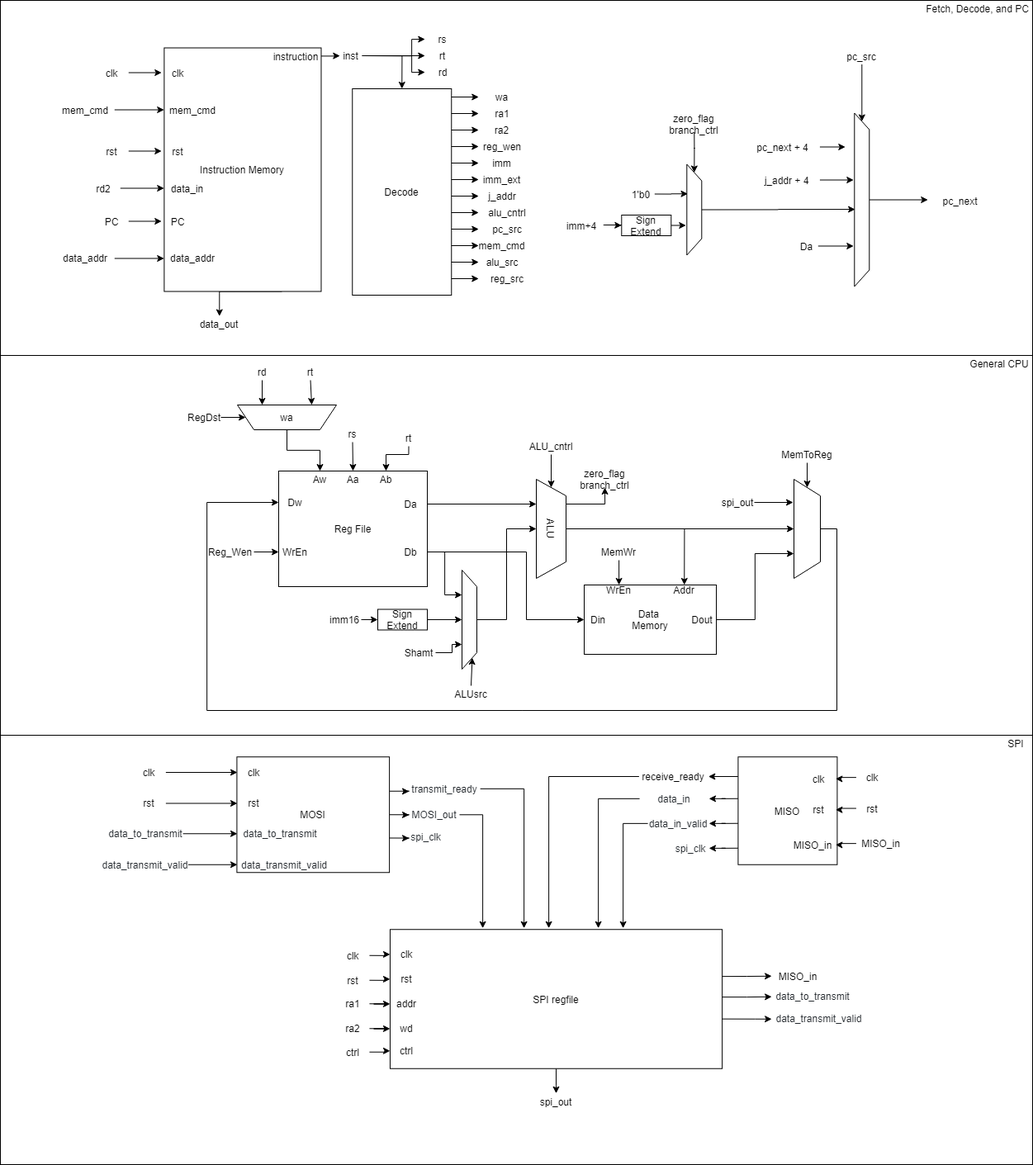
The draw.io diagram cpublock.png in JackMao981/CPU_with_SPI, before a commit. Source tidied: cells renumbered, new cells last; positions are measured from the earlier drawing's top-left corner, leaving out a move shared by most shapes.
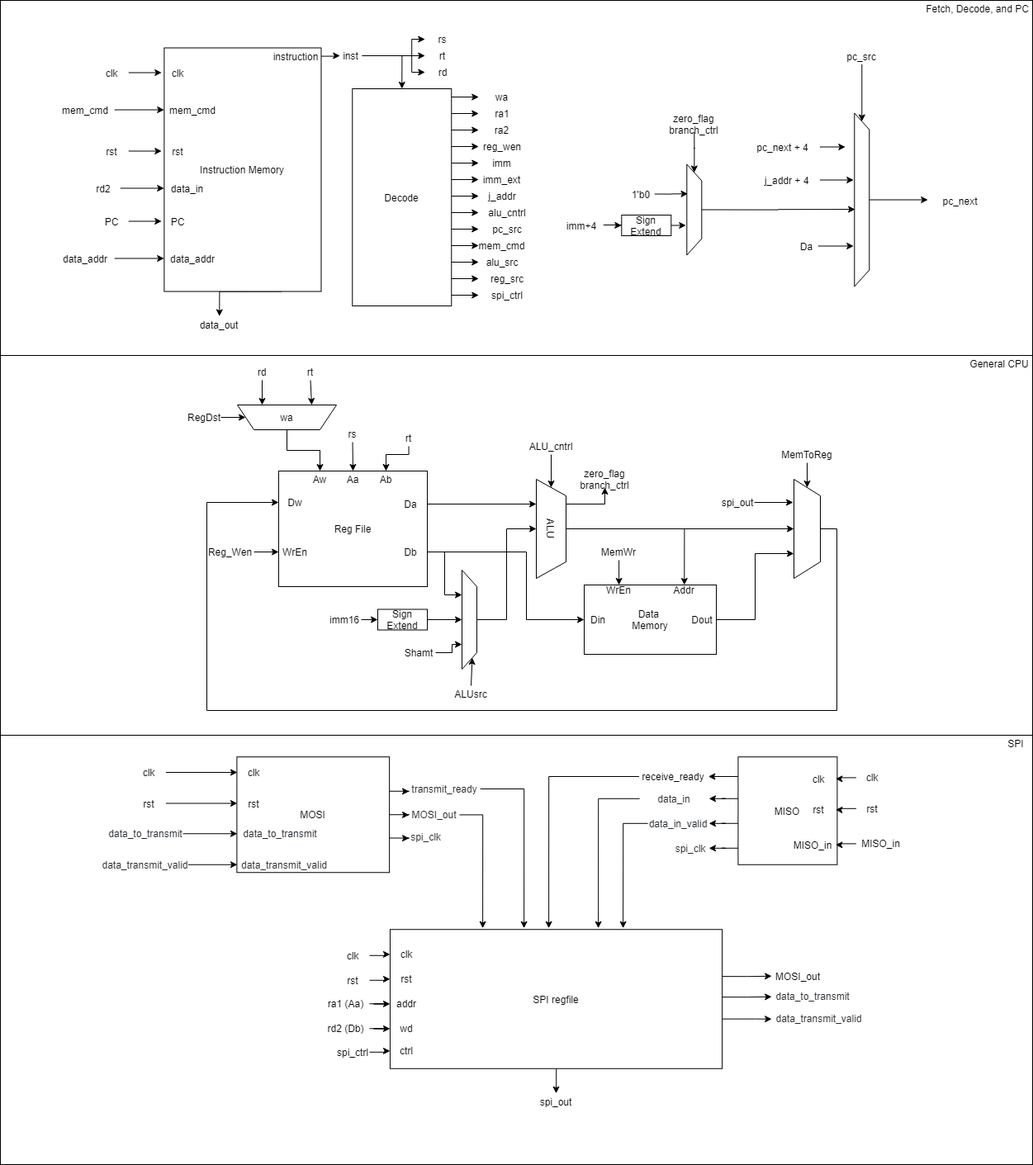
Later version of the same file.

The edit, as a diff of the source:
```diff
@@ -235,7 +235,7 @@
       <mxGeometry x="514.3" y="37" width="43" height="20" as="geometry" />
     </mxCell>
     <mxCell id="67" value="Decode" style="rounded=0;whiteSpace=wrap;html=1;" parent="1" vertex="1">
-      <mxGeometry x="426.3" y="107" width="120" height="250" as="geometry" />
+      <mxGeometry x="426.3" y="107" width="120" height="263" as="geometry" />
     </mxCell>
     <mxCell id="68" style="edgeStyle=orthogonalEdgeStyle;rounded=0;jettySize=auto;html=1;exitX=0.5;exitY=1;exitDx=0;exitDy=0;entryX=0;entryY=0.5;entryDx=0;entryDy=0;" parent="1" edge="1" source="69" target="10">
       <mxGeometry relative="1" as="geometry" />
@@ -543,13 +543,13 @@
     <mxCell id="155" value="rst" style="text;html=1;strokeColor=none;fillColor=none;align=center;verticalAlign=middle;whiteSpace=wrap;rounded=0;" parent="1" vertex="1">
       <mxGeometry x="406.9" y="1176.8" width="40" height="20" as="geometry" />
     </mxCell>
-    <mxCell id="156" value="ra1" style="text;html=1;strokeColor=none;fillColor=none;align=center;verticalAlign=middle;whiteSpace=wrap;rounded=0;" parent="1" vertex="1">
-      <mxGeometry x="406.9" y="1205.2" width="40" height="20" as="geometry" />
+    <mxCell id="156" value="ra1 (Aa)" style="text;html=1;strokeColor=none;fillColor=none;align=center;verticalAlign=middle;whiteSpace=wrap;rounded=0;" parent="1" vertex="1">
+      <mxGeometry x="390" y="1205.2" width="57" height="20" as="geometry" />
     </mxCell>
-    <mxCell id="157" value="ra2" style="text;html=1;strokeColor=none;fillColor=none;align=center;verticalAlign=middle;whiteSpace=wrap;rounded=0;" parent="1" vertex="1">
-      <mxGeometry x="406.9" y="1235.2" width="40" height="20" as="geometry" />
+    <mxCell id="157" value="rd2 (Db)" style="text;html=1;strokeColor=none;fillColor=none;align=center;verticalAlign=middle;whiteSpace=wrap;rounded=0;" parent="1" vertex="1">
+      <mxGeometry x="390" y="1235.2" width="57" height="20" as="geometry" />
     </mxCell>
-    <mxCell id="158" value="ctrl" style="text;html=1;strokeColor=none;fillColor=none;align=center;verticalAlign=middle;whiteSpace=wrap;rounded=0;" parent="1" vertex="1">
+    <mxCell id="158" value="spi_ctrl" style="text;html=1;strokeColor=none;fillColor=none;align=center;verticalAlign=middle;whiteSpace=wrap;rounded=0;" parent="1" vertex="1">
       <mxGeometry x="406.9" y="1263.8" width="40" height="20" as="geometry" />
     </mxCell>
     <mxCell id="159" style="edgeStyle=orthogonalEdgeStyle;rounded=0;orthogonalLoop=1;jettySize=auto;html=1;" parent="1" edge="1">
@@ -732,7 +732,7 @@
         <mxPoint x="495" y="1014.8" as="targetPoint" />
       </mxGeometry>
     </mxCell>
-    <mxCell id="203" value="MISO_in" style="text;html=1;strokeColor=none;fillColor=none;align=center;verticalAlign=middle;whiteSpace=wrap;rounded=0;" parent="1" vertex="1">
+    <mxCell id="203" value="MOSI_out" style="text;html=1;strokeColor=none;fillColor=none;align=center;verticalAlign=middle;whiteSpace=wrap;rounded=0;" parent="1" vertex="1">
       <mxGeometry x="939.2" y="1172.2" width="54" height="20" as="geometry" />
     </mxCell>
     <mxCell id="204" value="&lt;span style=&quot;color: rgb(36 , 41 , 46) ; font-family: , &amp;#34;consolas&amp;#34; , &amp;#34;liberation mono&amp;#34; , &amp;#34;menlo&amp;#34; , monospace ; background-color: rgb(255 , 255 , 255)&quot;&gt;data_to_transmit&lt;/span&gt;" style="text;html=1;strokeColor=none;fillColor=none;align=center;verticalAlign=middle;whiteSpace=wrap;rounded=0;" parent="1" vertex="1">
@@ -750,5 +750,13 @@
     <mxCell id="208" value="SPI" style="text;html=1;strokeColor=none;fillColor=none;align=center;verticalAlign=middle;whiteSpace=wrap;rounded=0;" parent="1" vertex="1">
       <mxGeometry x="1210" y="890" width="40" height="20" as="geometry" />
     </mxCell>
+    <mxCell id="209" style="edgeStyle=orthogonalEdgeStyle;rounded=0;jettySize=auto;html=1;exitX=0;exitY=0.5;exitDx=0;exitDy=0;entryX=0;entryY=0.5;entryDx=0;entryDy=0;" parent="1" edge="1" target="210">
+      <mxGeometry relative="1" as="geometry">
+        <mxPoint x="546.3" y="357" as="sourcePoint" />
+      </mxGeometry>
+    </mxCell>
+    <mxCell id="210" value="spi_ctrl" style="text;html=1;strokeColor=none;fillColor=none;align=center;verticalAlign=middle;whiteSpace=wrap;rounded=0;" parent="1" vertex="1">
+      <mxGeometry x="579.3" y="347" width="70" height="20" as="geometry" />
+    </mxCell>
   </root>
 </mxGraphModel>
```
